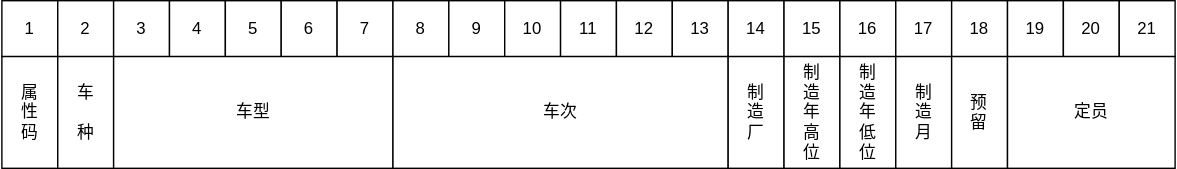
Above: 11-大秦铁路/images/image-20231127014356986.drawio.svg in liu-tokyo/MY-HJP (draw.io), before the change. Source tidied: cells renumbered, new cells last; positions are measured from the earlier drawing's top-left corner, leaving out a move shared by most shapes. Source of this version:
```xml
<mxGraphModel>
  <root>
    <mxCell id="0" />
    <mxCell id="1" parent="0" />
    <mxCell id="2" value="1" style="rounded=0;whiteSpace=wrap;html=1;" parent="1" vertex="1">
      <mxGeometry width="40" height="40" as="geometry" />
    </mxCell>
    <mxCell id="3" value="2" style="rounded=0;whiteSpace=wrap;html=1;" parent="1" vertex="1">
      <mxGeometry x="40" width="40" height="40" as="geometry" />
    </mxCell>
    <mxCell id="4" value="3" style="rounded=0;whiteSpace=wrap;html=1;" parent="1" vertex="1">
      <mxGeometry x="80" width="40" height="40" as="geometry" />
    </mxCell>
    <mxCell id="5" value="4" style="rounded=0;whiteSpace=wrap;html=1;" parent="1" vertex="1">
      <mxGeometry x="120" width="40" height="40" as="geometry" />
    </mxCell>
    <mxCell id="6" value="5" style="rounded=0;whiteSpace=wrap;html=1;" parent="1" vertex="1">
      <mxGeometry x="160" width="40" height="40" as="geometry" />
    </mxCell>
    <mxCell id="7" value="6" style="rounded=0;whiteSpace=wrap;html=1;" parent="1" vertex="1">
      <mxGeometry x="200" width="40" height="40" as="geometry" />
    </mxCell>
    <mxCell id="8" value="7" style="rounded=0;whiteSpace=wrap;html=1;" parent="1" vertex="1">
      <mxGeometry x="240" width="40" height="40" as="geometry" />
    </mxCell>
    <mxCell id="9" value="8" style="rounded=0;whiteSpace=wrap;html=1;" parent="1" vertex="1">
      <mxGeometry x="280" width="40" height="40" as="geometry" />
    </mxCell>
    <mxCell id="10" value="9" style="rounded=0;whiteSpace=wrap;html=1;" parent="1" vertex="1">
      <mxGeometry x="320" width="40" height="40" as="geometry" />
    </mxCell>
    <mxCell id="11" value="10" style="rounded=0;whiteSpace=wrap;html=1;" parent="1" vertex="1">
      <mxGeometry x="360" width="40" height="40" as="geometry" />
    </mxCell>
    <mxCell id="12" value="11" style="rounded=0;whiteSpace=wrap;html=1;" parent="1" vertex="1">
      <mxGeometry x="400" width="40" height="40" as="geometry" />
    </mxCell>
    <mxCell id="13" value="12" style="rounded=0;whiteSpace=wrap;html=1;" parent="1" vertex="1">
      <mxGeometry x="440" width="40" height="40" as="geometry" />
    </mxCell>
    <mxCell id="14" value="13" style="rounded=0;whiteSpace=wrap;html=1;" parent="1" vertex="1">
      <mxGeometry x="480" width="40" height="40" as="geometry" />
    </mxCell>
    <mxCell id="15" value="14" style="rounded=0;whiteSpace=wrap;html=1;" parent="1" vertex="1">
      <mxGeometry x="520" width="40" height="40" as="geometry" />
    </mxCell>
    <mxCell id="16" value="15" style="rounded=0;whiteSpace=wrap;html=1;" parent="1" vertex="1">
      <mxGeometry x="560" width="40" height="40" as="geometry" />
    </mxCell>
    <mxCell id="17" value="16" style="rounded=0;whiteSpace=wrap;html=1;" parent="1" vertex="1">
      <mxGeometry x="600" width="40" height="40" as="geometry" />
    </mxCell>
    <mxCell id="18" value="17" style="rounded=0;whiteSpace=wrap;html=1;" parent="1" vertex="1">
      <mxGeometry x="640" width="40" height="40" as="geometry" />
    </mxCell>
    <mxCell id="19" value="18" style="rounded=0;whiteSpace=wrap;html=1;" parent="1" vertex="1">
      <mxGeometry x="680" width="40" height="40" as="geometry" />
    </mxCell>
    <mxCell id="20" value="19" style="rounded=0;whiteSpace=wrap;html=1;" parent="1" vertex="1">
      <mxGeometry x="720" width="40" height="40" as="geometry" />
    </mxCell>
    <mxCell id="21" value="20" style="rounded=0;whiteSpace=wrap;html=1;" parent="1" vertex="1">
      <mxGeometry x="760" width="40" height="40" as="geometry" />
    </mxCell>
    <mxCell id="22" value="属&lt;br&gt;性&lt;br&gt;码" style="rounded=0;whiteSpace=wrap;html=1;" parent="1" vertex="1">
      <mxGeometry y="40" width="40" height="80" as="geometry" />
    </mxCell>
    <mxCell id="23" value="车&lt;br&gt;&lt;br&gt;种" style="rounded=0;whiteSpace=wrap;html=1;horizontal=1;verticalAlign=middle;" parent="1" vertex="1">
      <mxGeometry x="40" y="40" width="40" height="80" as="geometry" />
    </mxCell>
    <mxCell id="24" value="车型" style="rounded=0;whiteSpace=wrap;html=1;" parent="1" vertex="1">
      <mxGeometry x="80" y="40" width="200" height="80" as="geometry" />
    </mxCell>
    <mxCell id="25" value="车次" style="rounded=0;whiteSpace=wrap;html=1;" parent="1" vertex="1">
      <mxGeometry x="280" y="40" width="240" height="80" as="geometry" />
    </mxCell>
    <mxCell id="26" value="制&lt;br&gt;造&lt;br&gt;厂" style="rounded=0;whiteSpace=wrap;html=1;" parent="1" vertex="1">
      <mxGeometry x="520" y="40" width="40" height="80" as="geometry" />
    </mxCell>
    <mxCell id="27" value="制&lt;br&gt;造&lt;br&gt;年&lt;br&gt;高&lt;br&gt;位" style="rounded=0;whiteSpace=wrap;html=1;" parent="1" vertex="1">
      <mxGeometry x="560" y="40" width="40" height="80" as="geometry" />
    </mxCell>
    <mxCell id="28" value="制&lt;br&gt;造&lt;br&gt;年&lt;br&gt;低&lt;br&gt;位" style="rounded=0;whiteSpace=wrap;html=1;" parent="1" vertex="1">
      <mxGeometry x="600" y="40" width="40" height="80" as="geometry" />
    </mxCell>
    <mxCell id="29" value="制&lt;br&gt;造&lt;br&gt;月" style="rounded=0;whiteSpace=wrap;html=1;" parent="1" vertex="1">
      <mxGeometry x="640" y="40" width="40" height="80" as="geometry" />
    </mxCell>
    <mxCell id="30" value="21" style="rounded=0;whiteSpace=wrap;html=1;" parent="1" vertex="1">
      <mxGeometry x="800" width="40" height="40" as="geometry" />
    </mxCell>
    <mxCell id="31" value="预&lt;br&gt;留" style="rounded=0;whiteSpace=wrap;html=1;" parent="1" vertex="1">
      <mxGeometry x="680" y="40" width="40" height="80" as="geometry" />
    </mxCell>
    <mxCell id="32" value="定员" style="rounded=0;whiteSpace=wrap;html=1;" parent="1" vertex="1">
      <mxGeometry x="720" y="40" width="120" height="80" as="geometry" />
    </mxCell>
  </root>
</mxGraphModel>
```
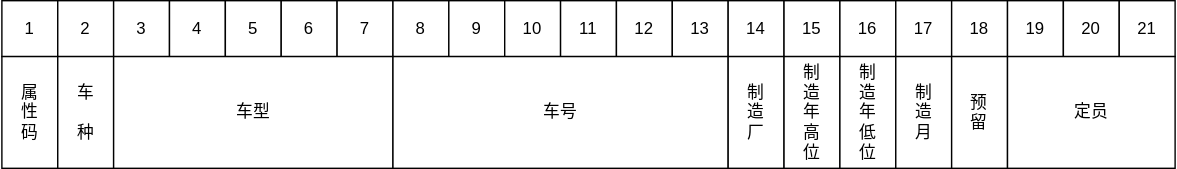
The same file after the commit.

Change to the diagram source:
```diff
@@ -71,7 +71,7 @@
     <mxCell id="24" value="车型" style="rounded=0;whiteSpace=wrap;html=1;" parent="1" vertex="1">
       <mxGeometry x="80" y="40" width="200" height="80" as="geometry" />
     </mxCell>
-    <mxCell id="25" value="车次" style="rounded=0;whiteSpace=wrap;html=1;" parent="1" vertex="1">
+    <mxCell id="25" value="车号" style="rounded=0;whiteSpace=wrap;html=1;" parent="1" vertex="1">
       <mxGeometry x="280" y="40" width="240" height="80" as="geometry" />
     </mxCell>
     <mxCell id="26" value="制&lt;br&gt;造&lt;br&gt;厂" style="rounded=0;whiteSpace=wrap;html=1;" parent="1" vertex="1">
```
